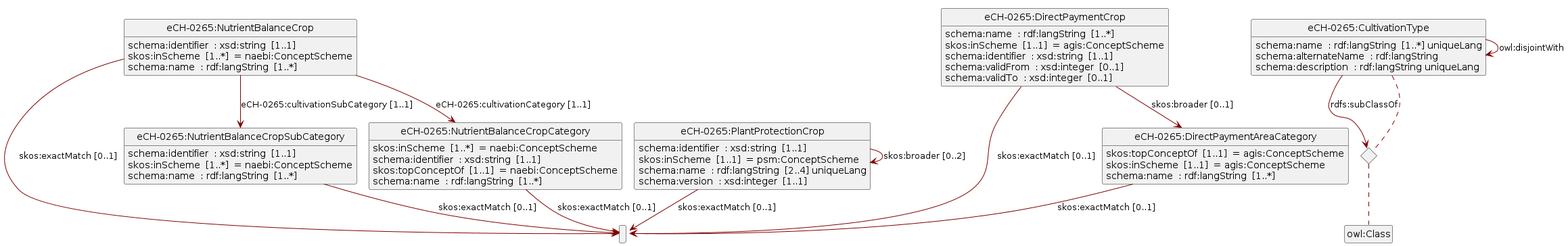
Earlier version of the PlantUML export assets/img/uml.png (blw-ofag-ufag/eCH-0265).
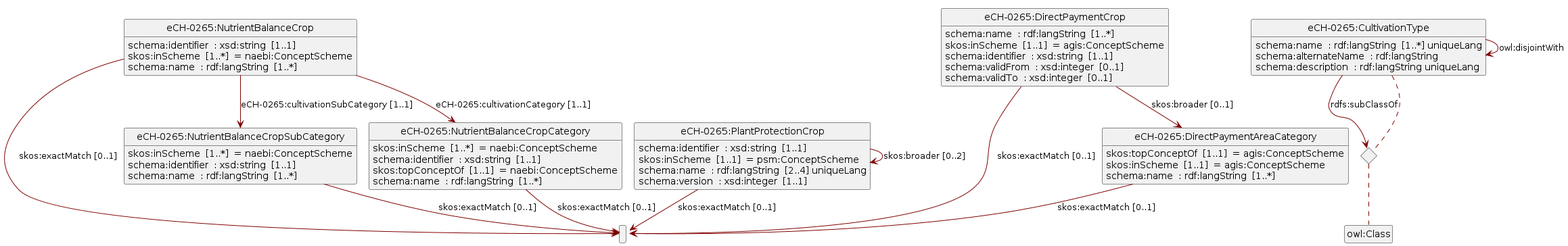
After the change.

Diff of the diagram source:
```diff
@@ -8,30 +8,30 @@
 skinparam wrapMessageWidth 100
 skinparam ArrowColor #Maroon
 set namespaceSeparator none
-Class bdf975ccb228ec63a4b6208c3426ae94 as " "
+Class 93e4d18960da9d06556e9fd6641d47c1 as " "
 Class "eCH-0265:NutrientBalanceCropSubCategory"
+"eCH-0265:NutrientBalanceCropSubCategory" : skos:inScheme  [1..*]  = naebi:ConceptScheme
 "eCH-0265:NutrientBalanceCropSubCategory" : schema:identifier  : xsd:string  [1..1]
-"eCH-0265:NutrientBalanceCropSubCategory" : skos:inScheme  [1..*]  = naebi:ConceptScheme
 "eCH-0265:NutrientBalanceCropSubCategory" : schema:name  : rdf:langString  [1..*]
-"eCH-0265:NutrientBalanceCropSubCategory" --> "bdf975ccb228ec63a4b6208c3426ae94" : skos:exactMatch [0..1]
+"eCH-0265:NutrientBalanceCropSubCategory" --> "93e4d18960da9d06556e9fd6641d47c1" : skos:exactMatch [0..1]
 Class "eCH-0265:PlantProtectionCrop"
 "eCH-0265:PlantProtectionCrop" : schema:identifier  : xsd:string  [1..1]
 "eCH-0265:PlantProtectionCrop" : skos:inScheme  [1..1]  = psm:ConceptScheme
 "eCH-0265:PlantProtectionCrop" : schema:name  : rdf:langString  [2..4] uniqueLang
 "eCH-0265:PlantProtectionCrop" : schema:version  : xsd:integer  [1..1]
-"eCH-0265:PlantProtectionCrop" --> "bdf975ccb228ec63a4b6208c3426ae94" : skos:exactMatch [0..1]
 "eCH-0265:PlantProtectionCrop" --> "eCH-0265:PlantProtectionCrop" : skos:broader<U+00A0>[0..2]
+"eCH-0265:PlantProtectionCrop" --> "93e4d18960da9d06556e9fd6641d47c1" : skos:exactMatch [0..1]
 Class "eCH-0265:NutrientBalanceCropCategory"
 "eCH-0265:NutrientBalanceCropCategory" : skos:inScheme  [1..*]  = naebi:ConceptScheme
 "eCH-0265:NutrientBalanceCropCategory" : schema:identifier  : xsd:string  [1..1]
 "eCH-0265:NutrientBalanceCropCategory" : skos:topConceptOf  [1..1]  = naebi:ConceptScheme
 "eCH-0265:NutrientBalanceCropCategory" : schema:name  : rdf:langString  [1..*]
-"eCH-0265:NutrientBalanceCropCategory" --> "bdf975ccb228ec63a4b6208c3426ae94" : skos:exactMatch [0..1]
+"eCH-0265:NutrientBalanceCropCategory" --> "93e4d18960da9d06556e9fd6641d47c1" : skos:exactMatch [0..1]
 Class "eCH-0265:NutrientBalanceCrop"
 "eCH-0265:NutrientBalanceCrop" : schema:identifier  : xsd:string  [1..1]
 "eCH-0265:NutrientBalanceCrop" : skos:inScheme  [1..*]  = naebi:ConceptScheme
 "eCH-0265:NutrientBalanceCrop" : schema:name  : rdf:langString  [1..*]
-"eCH-0265:NutrientBalanceCrop" --> "bdf975ccb228ec63a4b6208c3426ae94" : skos:exactMatch [0..1]
+"eCH-0265:NutrientBalanceCrop" --> "93e4d18960da9d06556e9fd6641d47c1" : skos:exactMatch [0..1]
 "eCH-0265:NutrientBalanceCrop" --> "eCH-0265:NutrientBalanceCropSubCategory" : eCH-0265:cultivationSubCategory<U+00A0>[1..1]
 "eCH-0265:NutrientBalanceCrop" --> "eCH-0265:NutrientBalanceCropCategory" : eCH-0265:cultivationCategory<U+00A0>[1..1]
 Class "eCH-0265:DirectPaymentCrop"
@@ -41,21 +41,21 @@
 "eCH-0265:DirectPaymentCrop" : schema:validFrom  : xsd:integer  [0..1]
 "eCH-0265:DirectPaymentCrop" : schema:validTo  : xsd:integer  [0..1]
 "eCH-0265:DirectPaymentCrop" --> "eCH-0265:DirectPaymentAreaCategory" : skos:broader<U+00A0>[0..1]
-"eCH-0265:DirectPaymentCrop" --> "bdf975ccb228ec63a4b6208c3426ae94" : skos:exactMatch [0..1]
+"eCH-0265:DirectPaymentCrop" --> "93e4d18960da9d06556e9fd6641d47c1" : skos:exactMatch [0..1]
 Class "eCH-0265:CultivationType"
 "eCH-0265:CultivationType" : schema:name  : rdf:langString  [1..*] uniqueLang
 "eCH-0265:CultivationType" : schema:alternateName  : rdf:langString
 "eCH-0265:CultivationType" : schema:description  : rdf:langString uniqueLang
-<> diamond_CultivationType_cb1e8a305861a425b304d78f812a7764
-"eCH-0265:CultivationType" --> "diamond_CultivationType_cb1e8a305861a425b304d78f812a7764" : rdfs:subClassOf
-diamond_CultivationType_cb1e8a305861a425b304d78f812a7764 ..  "eCH-0265:CultivationType"
-diamond_CultivationType_cb1e8a305861a425b304d78f812a7764 ..  "owl:Class"
+<> diamond_CultivationType_3536b7309f35b0d0df8d9f450771e027
+"eCH-0265:CultivationType" --> "diamond_CultivationType_3536b7309f35b0d0df8d9f450771e027" : rdfs:subClassOf
+diamond_CultivationType_3536b7309f35b0d0df8d9f450771e027 ..  "eCH-0265:CultivationType"
+diamond_CultivationType_3536b7309f35b0d0df8d9f450771e027 ..  "owl:Class"
 "eCH-0265:CultivationType" --> "eCH-0265:CultivationType" : owl:disjointWith
 Class "eCH-0265:DirectPaymentAreaCategory"
 "eCH-0265:DirectPaymentAreaCategory" : skos:topConceptOf  [1..1]  = agis:ConceptScheme
 "eCH-0265:DirectPaymentAreaCategory" : skos:inScheme  [1..1]  = agis:ConceptScheme
 "eCH-0265:DirectPaymentAreaCategory" : schema:name  : rdf:langString  [1..*]
-"eCH-0265:DirectPaymentAreaCategory" --> "bdf975ccb228ec63a4b6208c3426ae94" : skos:exactMatch [0..1]
+"eCH-0265:DirectPaymentAreaCategory" --> "93e4d18960da9d06556e9fd6641d47c1" : skos:exactMatch [0..1]
 hide circle
 hide empty members
 remove @unlinked
```
